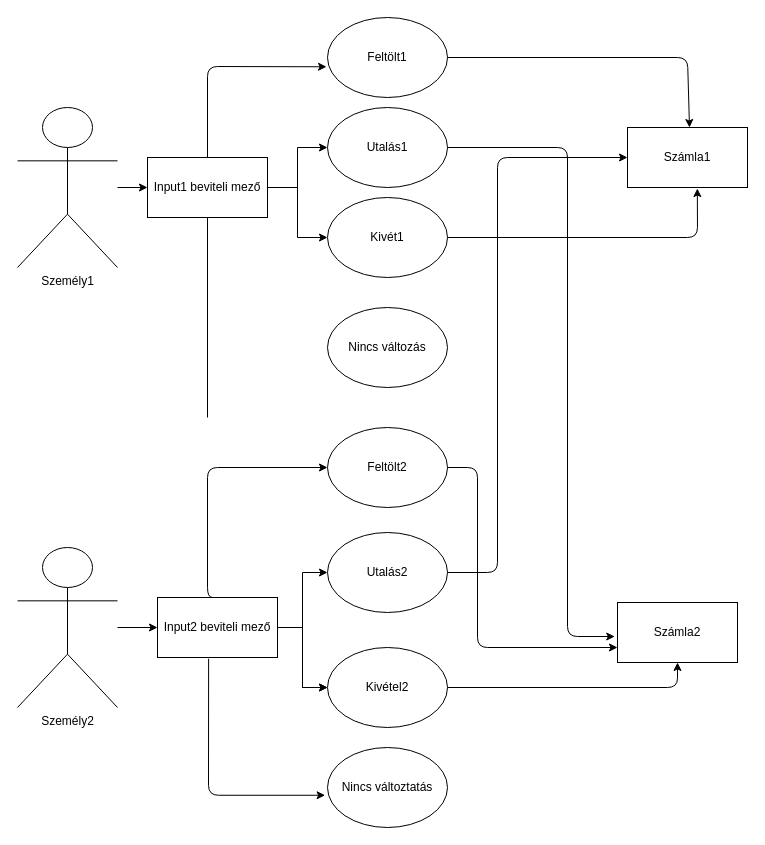
koscsa/szamla_beadando keeps this draw.io diagram as UML.drawio. Above is the earlier version. Source tidied: cells renumbered, new cells numbered last; positions are measured from the earlier drawing's top-left corner, leaving out a move shared by most shapes. Both pictures are drawn from the tidied source at 100%, with x=0, y=0 at pixel (17, 17).
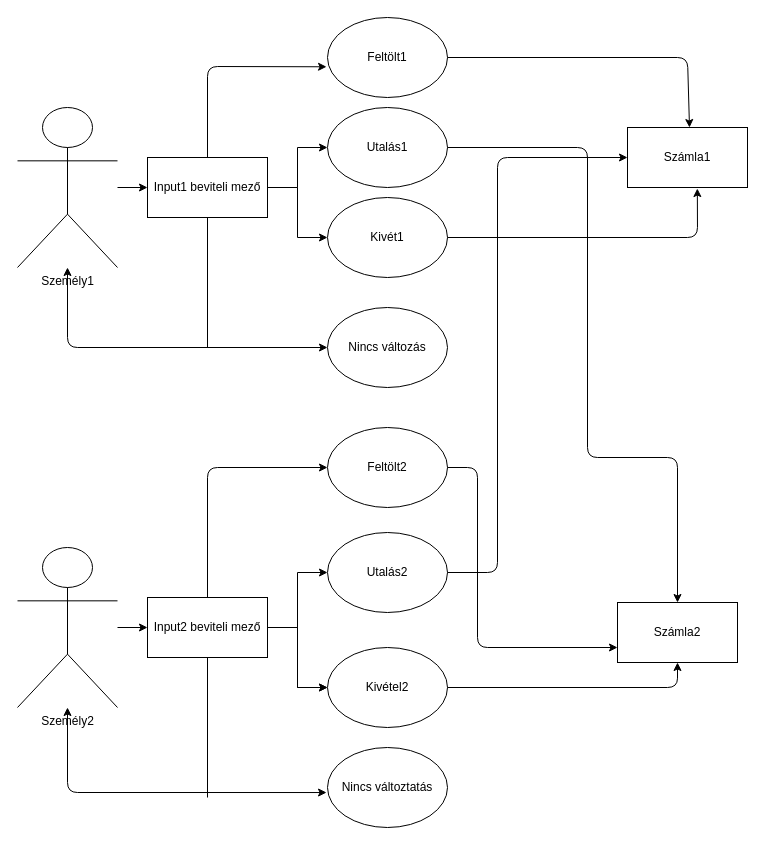
The same page after the edit.

Unchanged cells that the change refers to:
```xml
<mxCell id="2" value="Személy1" style="shape=umlActor;verticalLabelPosition=bottom;verticalAlign=top;html=1;outlineConnect=0;" parent="1" vertex="1">
  <mxGeometry y="90" width="100" height="160" as="geometry" />
</mxCell>
<mxCell id="4" value="Input1 beviteli mező" style="rounded=0;whiteSpace=wrap;html=1;" parent="1" vertex="1">
  <mxGeometry x="130" y="140" width="120" height="60" as="geometry" />
</mxCell>
<mxCell id="5" value="Személy2" style="shape=umlActor;verticalLabelPosition=bottom;verticalAlign=top;html=1;outlineConnect=0;" parent="1" vertex="1">
  <mxGeometry y="530" width="100" height="160" as="geometry" />
</mxCell>
<mxCell id="11" value="Nincs változás" style="ellipse;whiteSpace=wrap;html=1;" parent="1" vertex="1">
  <mxGeometry x="310" y="290" width="120" height="80" as="geometry" />
</mxCell>
<mxCell id="15" value="Nincs változtatás" style="ellipse;whiteSpace=wrap;html=1;" parent="1" vertex="1">
  <mxGeometry x="310" y="730" width="120" height="80" as="geometry" />
</mxCell>
<mxCell id="18" value="Számla2" style="rounded=0;whiteSpace=wrap;html=1;" parent="1" vertex="1">
  <mxGeometry x="600" y="585" width="120" height="60" as="geometry" />
</mxCell>
```

Change to the diagram source:
```diff
@@
     <mxCell id="8" value="Input2 beviteli mező" style="rounded=0;whiteSpace=wrap;html=1;" parent="1" vertex="1">
-      <mxGeometry x="140" y="580" width="120" height="60" as="geometry" />
+      <mxGeometry x="130" y="580" width="120" height="60" as="geometry" />
     </mxCell>
@@
-    <mxCell id="23" style="edgeStyle=segmentEdgeStyle;endArrow=classic;html=1;entryX=-0.023;entryY=0.567;entryDx=0;entryDy=0;entryPerimeter=0;" parent="1" edge="1" target="18">
+    <mxCell id="23" style="edgeStyle=segmentEdgeStyle;endArrow=classic;html=1;entryX=0.5;entryY=0;entryDx=0;entryDy=0;" parent="1" edge="1" target="18">
       <mxGeometry relative="1" as="geometry">
         <mxPoint x="430" y="130" as="sourcePoint" />
         <Array as="points">
-          <mxPoint x="550" y="130" />
-          <mxPoint x="550" y="619" />
+          <mxPoint x="570" y="130" />
+          <mxPoint x="570" y="440" />
+          <mxPoint x="660" y="440" />
         </Array>
       </mxGeometry>
     </mxCell>
@@
     <mxCell id="25" style="endArrow=none;html=1;exitX=0.5;exitY=1;exitDx=0;exitDy=0;" parent="1" edge="1" source="4">
       <mxGeometry relative="1" as="geometry">
-        <mxPoint x="190" y="400" as="targetPoint" />
+        <mxPoint x="190" y="330" as="targetPoint" />
       </mxGeometry>
     </mxCell>
@@
-    <mxCell id="32" style="edgeStyle=elbowEdgeStyle;elbow=horizontal;endArrow=classic;html=1;exitX=0.426;exitY=1.021;exitDx=0;exitDy=0;exitPerimeter=0;entryX=-0.02;entryY=0.597;entryDx=0;entryDy=0;entryPerimeter=0;" parent="1" edge="1" source="8" target="15">
-      <mxGeometry relative="1" as="geometry">
-        <Array as="points">
-          <mxPoint x="191" y="730" />
-        </Array>
-      </mxGeometry>
-    </mxCell>
+    <mxCell id="33" style="endArrow=classic;startArrow=classic;html=1;entryX=0;entryY=0.5;entryDx=0;entryDy=0;" parent="1" edge="1" source="2" target="11">
+      <mxGeometry relative="1" as="geometry">
+        <Array as="points">
+          <mxPoint x="50" y="330" />
+        </Array>
+      </mxGeometry>
+    </mxCell>
+    <mxCell id="34" style="endArrow=classic;startArrow=classic;html=1;exitX=-0.008;exitY=0.563;exitDx=0;exitDy=0;exitPerimeter=0;" parent="1" edge="1" source="15" target="5">
+      <mxGeometry relative="1" as="geometry">
+        <Array as="points">
+          <mxPoint x="50" y="775" />
+        </Array>
+      </mxGeometry>
+    </mxCell>
+    <mxCell id="35" style="endArrow=none;html=1;exitX=0.5;exitY=1;exitDx=0;exitDy=0;" parent="1" edge="1" source="8">
+      <mxGeometry relative="1" as="geometry">
+        <mxPoint x="190" y="780" as="targetPoint" />
+      </mxGeometry>
+    </mxCell>
```
